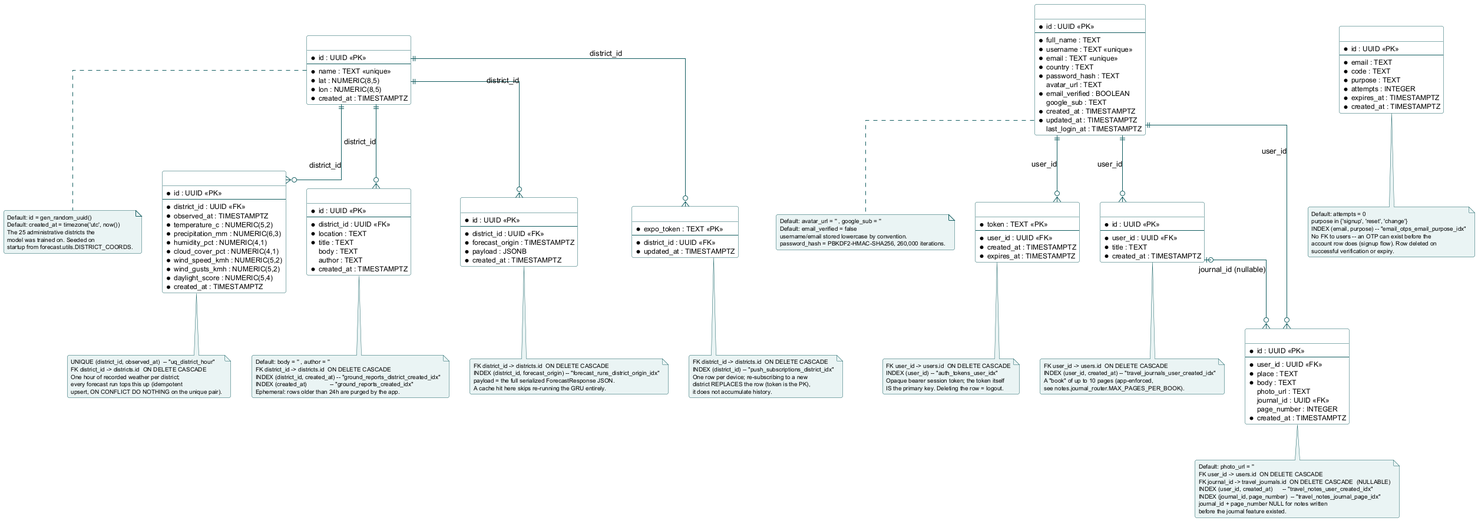
The PlantUML diagram uml/database_erd.png in Didula-NR10/TripSmart, before a commit.
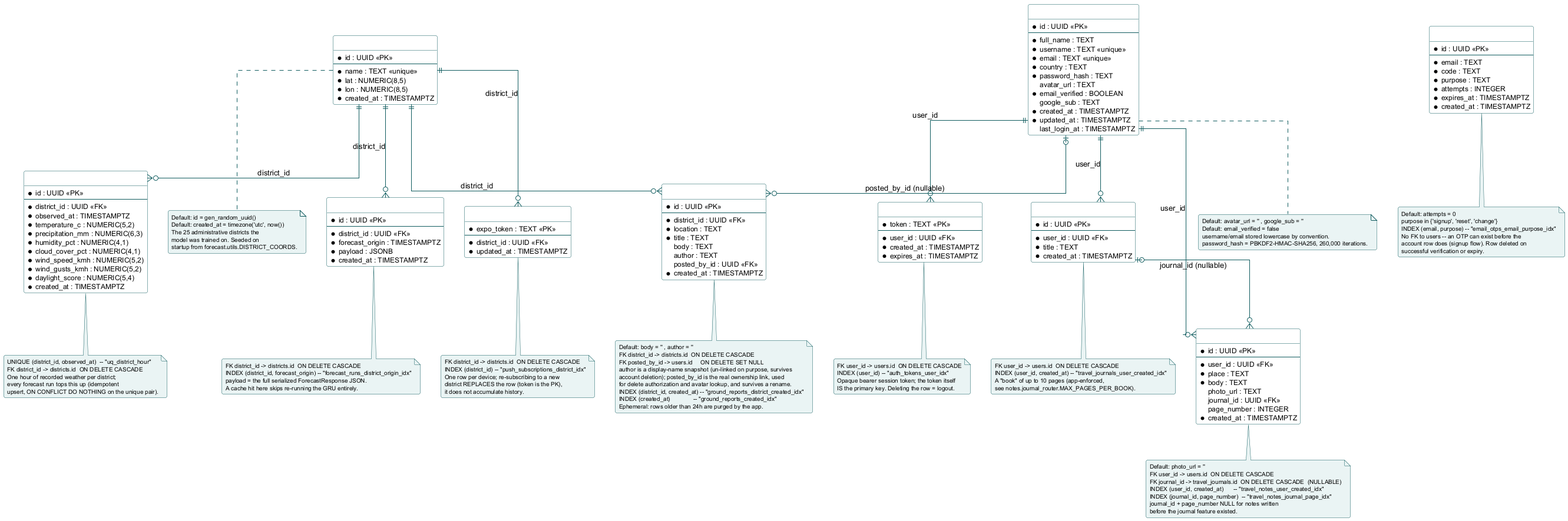
Later version of the same file.

What changed in the source:
```diff
@@ -65,11 +65,16 @@
   * title : TEXT
   body : TEXT
   author : TEXT
+  posted_by_id : UUID <<FK>>
   * created_at : TIMESTAMPTZ
 }
 note bottom of ground_reports
   Default: body = '' , author = ''
   FK district_id -> districts.id  ON DELETE CASCADE
+  FK posted_by_id -> users.id     ON DELETE SET NULL
+  author is a display-name snapshot (un-linked on purpose, survives
+  account deletion); posted_by_id is the real ownership link, used
+  for delete authorization and avatar lookup, and survives a rename.
   INDEX (district_id, created_at) -- "ground_reports_district_created_idx"
   INDEX (created_at)              -- "ground_reports_created_idx"
   Ephemeral: rows older than 24h are purged by the app.
@@ -202,6 +207,7 @@
 users           ||--o{ auth_tokens          : "user_id"
 users           ||--o{ travel_journals      : "user_id"
 users           ||--o{ travel_notes         : "user_id"
+users           |o--o{ ground_reports       : "posted_by_id (nullable)"
 
 travel_journals |o--o{ travel_notes         : "journal_id (nullable)"
 
```
